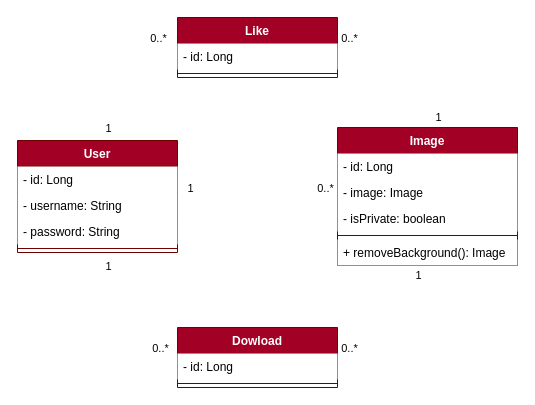
luizfiliperm/clean-cut keeps this draw.io diagram as doc/class-diagram.dio. Above is the earlier version. Source tidied: cells renumbered, new cells numbered last; positions are measured from the earlier drawing's top-left corner, leaving out a move shared by most shapes. Both pictures are drawn from the tidied source at 100%, with x=0, y=0 at pixel (17, 17).
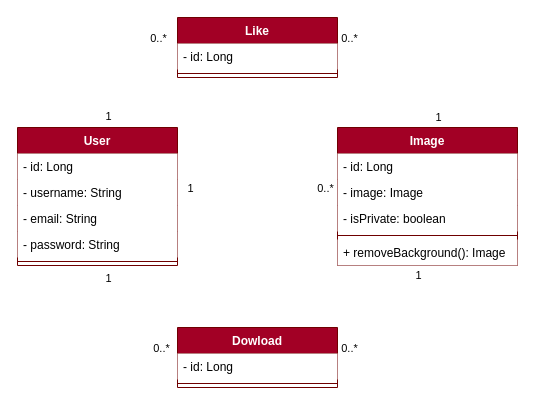
The same page after the edit.

Commit message (it also covers changes not shown here):
Adicionando email na classe user

Change to the diagram source:
```diff
@@
     <mxCell id="11" value="User" style="swimlane;fontStyle=1;align=center;verticalAlign=top;horizontal=1;startSize=26;fillColor=#a20025;fontColor=#ffffff;strokeColor=#6F0000;" parent="1" vertex="1">
-      <mxGeometry y="123" width="160" height="112" as="geometry" />
+      <mxGeometry y="110" width="160" height="138" as="geometry" />
     </mxCell>
@@
+    <mxCell id="34" value="- email: String" style="text;strokeColor=none;fillColor=default;align=left;verticalAlign=top;spacingLeft=4;spacingRight=4;overflow=hidden;" parent="11" vertex="1">
+      <mxGeometry y="78" width="160" height="26" as="geometry" />
+    </mxCell>
     <mxCell id="14" value="- password: String" style="text;strokeColor=none;fillColor=default;align=left;verticalAlign=top;spacingLeft=4;spacingRight=4;overflow=hidden;" parent="11" vertex="1">
-      <mxGeometry y="78" width="160" height="26" as="geometry" />
+      <mxGeometry y="104" width="160" height="26" as="geometry" />
     </mxCell>
     <mxCell id="15" style="line;strokeWidth=1;fillColor=none;align=left;verticalAlign=middle;spacingTop=-1;spacingLeft=3;spacingRight=3;labelPosition=right;strokeColor=inherit;" parent="11" vertex="1">
-      <mxGeometry y="104" width="160" height="8" as="geometry" />
+      <mxGeometry y="130" width="160" height="8" as="geometry" />
     </mxCell>
```
